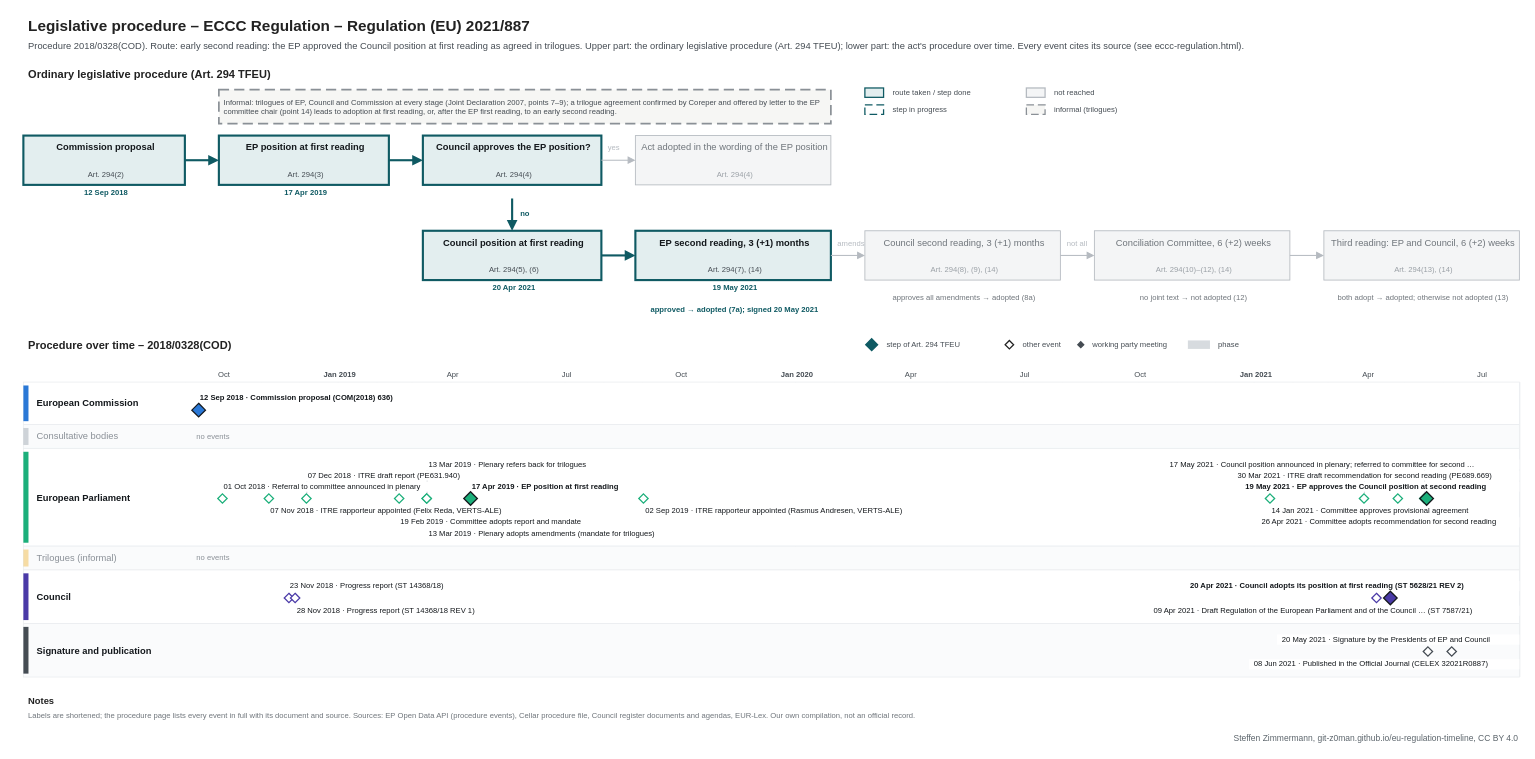
Earlier version of the draw.io diagram procedures/eccc-regulation.drawio (git-z0man/eu-regulation-timeline). Source tidied: cells renumbered, new cells numbered last; positions are measured from the earlier drawing's top-left corner, leaving out a move shared by most shapes. Both pictures are drawn from the tidied source at 85%, with x=0, y=0 at pixel (14, 14).
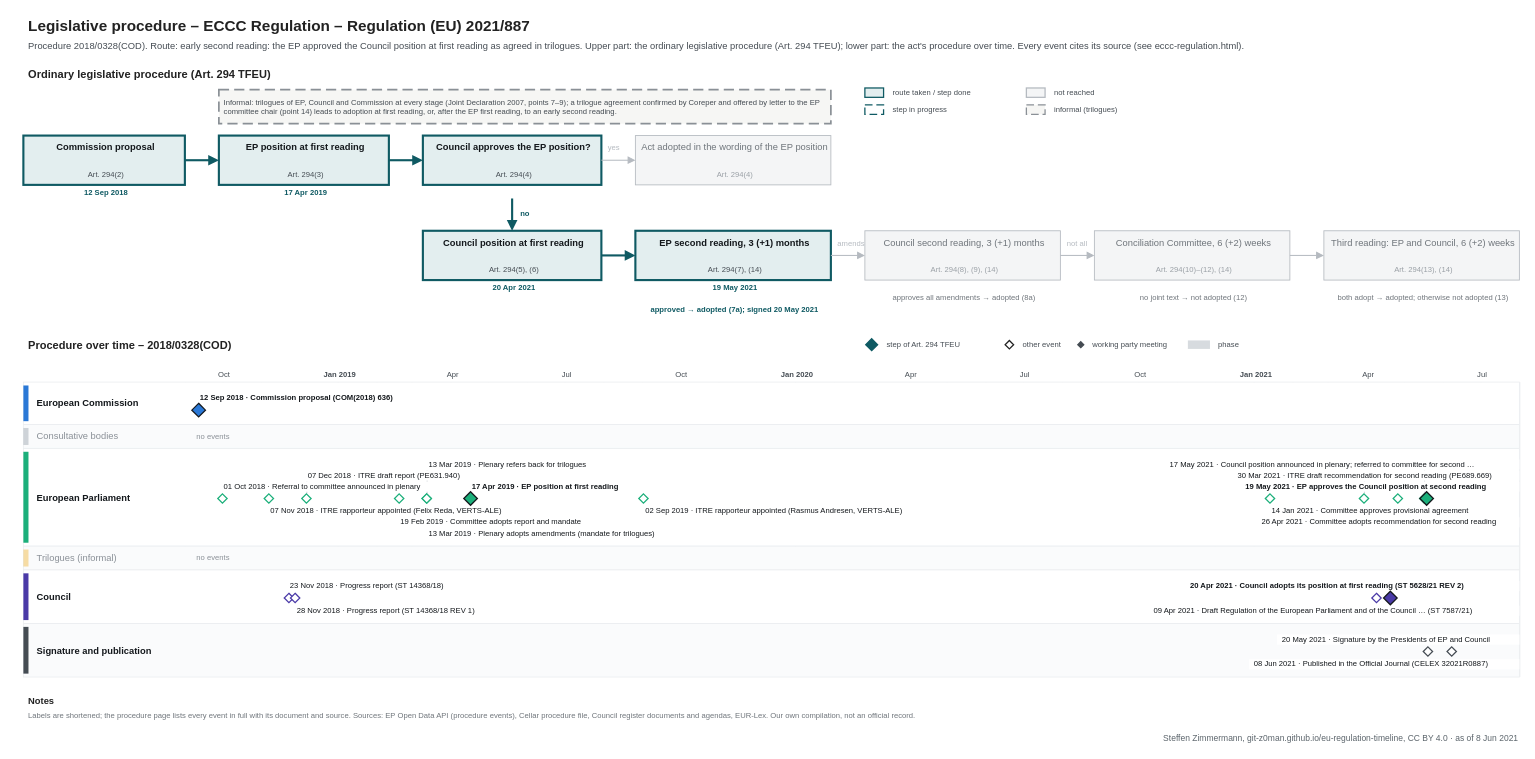
The same page after the edit.

Change to the diagram source:
```diff
@@
-    <mxCell id="188" value="Steffen Zimmermann, git-z0man.github.io/eu-regulation-timeline, CC BY 4.0" style="text;html=1;fontSize=10;fontColor=#5b646b;align=right;verticalAlign=middle;spacingLeft=4;" parent="1" vertex="1">
+    <mxCell id="188" value="Steffen Zimmermann, git-z0man.github.io/eu-regulation-timeline, CC BY 4.0 · as of 8 Jun 2021" style="text;html=1;fontSize=10;fontColor=#5b646b;align=right;verticalAlign=middle;spacingLeft=4;" parent="1" vertex="1">
       <mxGeometry x="10" y="843" width="1760" height="16" as="geometry" />
     </mxCell>
```
